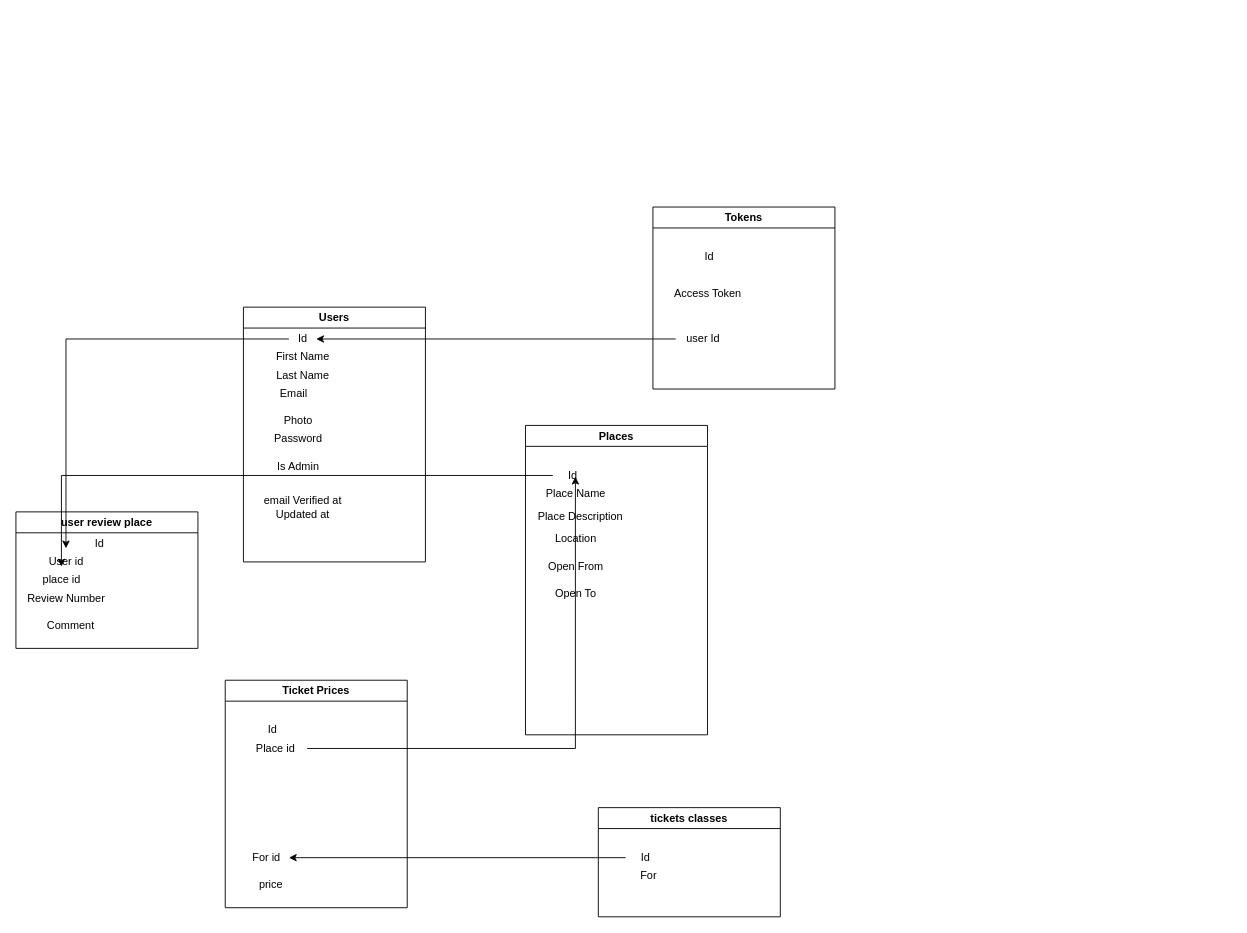
This is Untitled Diagram.drawio from ahmedomardeveloper/arroundegypt, a draw.io file, before an edit. Source tidied: cells renumbered, new cells numbered last; positions are measured from the earlier drawing's top-left corner, leaving out a move shared by most shapes. Both pictures are drawn from the tidied source at 91%, with x=0, y=0 at pixel (15, 207).
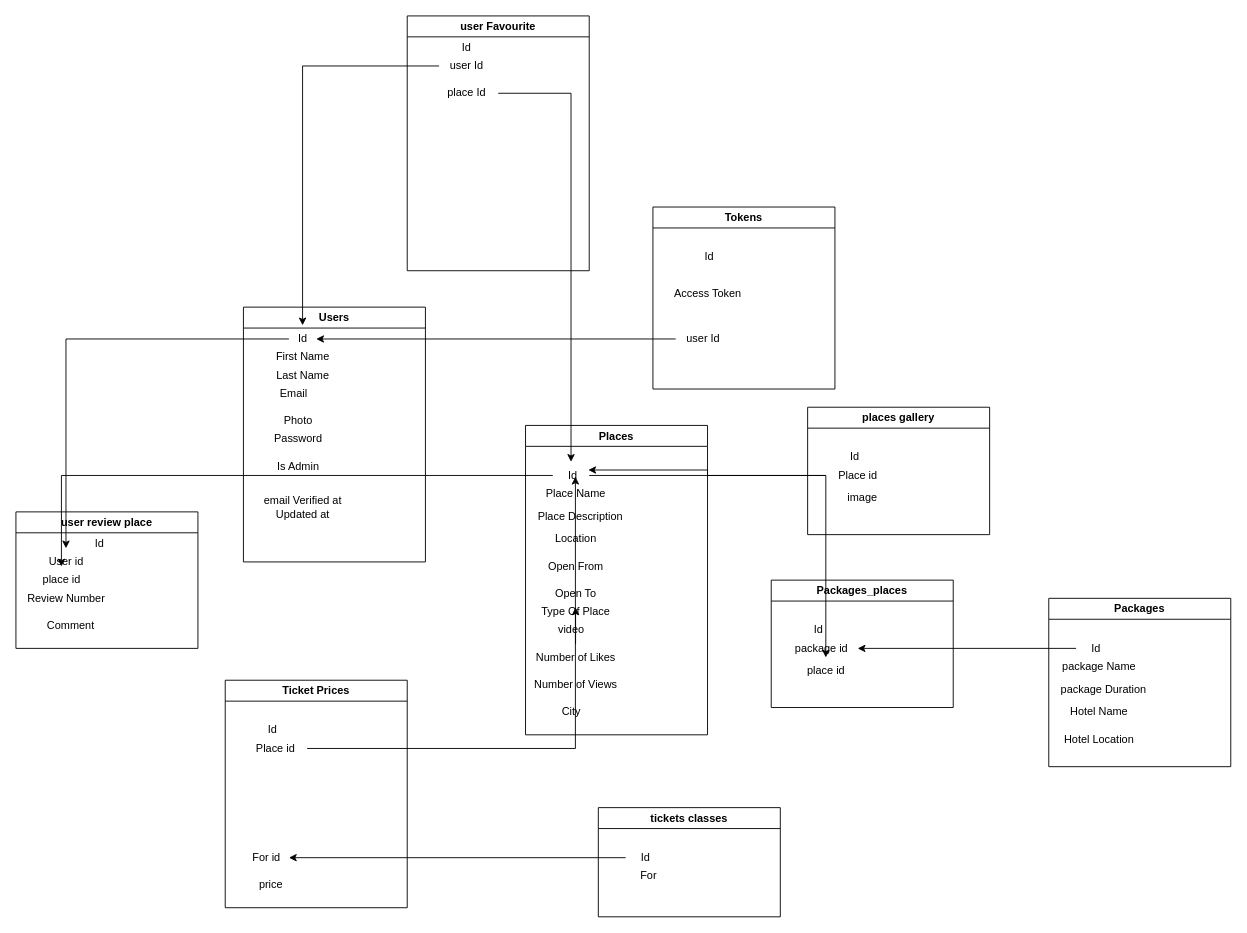
The same page after the edit.

The change refers to these unchanged cells:
```xml
<mxCell id="6" value="Id" style="text;html=1;align=center;verticalAlign=middle;points=[];strokeColor=none;fillColor=none;" parent="2" vertex="1">
  <mxGeometry x="50" y="20" width="30" height="30" as="geometry" />
</mxCell>
<mxCell id="16" value="Places" style="swimlane;whiteSpace=wrap;html=1;" parent="1" vertex="1">
  <mxGeometry x="560" y="240" width="200" height="340" as="geometry" />
</mxCell>
<mxCell id="17" value="&amp;nbsp;Id" style="text;html=1;align=center;verticalAlign=middle;points=[];strokeColor=none;fillColor=none;" parent="16" vertex="1">
  <mxGeometry x="30" y="40" width="40" height="30" as="geometry" />
</mxCell>
<mxCell id="22" value="Open To" style="text;html=1;align=center;verticalAlign=middle;points=[];strokeColor=none;fillColor=none;" parent="16" vertex="1">
  <mxGeometry x="20" y="170" width="70" height="30" as="geometry" />
</mxCell>
```

The edit, as a diff of the source:
```diff
@@
+    <mxCell id="41" value="video" style="text;html=1;align=center;verticalAlign=middle;strokeColor=none;fillColor=none;" parent="16" vertex="1">
+      <mxGeometry x="25" y="210" width="50" height="30" as="geometry" />
+    </mxCell>
+    <mxCell id="42" value="Number of Views" style="text;html=1;align=center;verticalAlign=middle;strokeColor=none;fillColor=none;" parent="16" vertex="1">
+      <mxGeometry y="270" width="110" height="30" as="geometry" />
+    </mxCell>
+    <mxCell id="43" style="edgeStyle=orthogonalEdgeStyle;rounded=0;jettySize=auto;html=1;fontSize=18;" parent="16" edge="1" source="44" target="22">
+      <mxGeometry relative="1" as="geometry" />
+    </mxCell>
+    <mxCell id="44" value="Number of Likes" style="text;html=1;align=center;verticalAlign=middle;points=[];strokeColor=none;fillColor=none;" parent="16" vertex="1">
+      <mxGeometry y="240" width="110" height="30" as="geometry" />
+    </mxCell>
+    <mxCell id="45" value="Type Of Place" style="text;html=1;align=center;verticalAlign=middle;strokeColor=none;fillColor=none;" parent="16" vertex="1">
+      <mxGeometry x="5" y="190" width="100" height="30" as="geometry" />
+    </mxCell>
+    <mxCell id="46" value="City" style="text;html=1;align=center;verticalAlign=middle;strokeColor=none;fillColor=none;" parent="16" vertex="1">
+      <mxGeometry x="30" y="300" width="40" height="30" as="geometry" />
+    </mxCell>
@@
+    <mxCell id="47" value="places gallery" style="swimlane;whiteSpace=wrap;html=1;" parent="1" vertex="1">
+      <mxGeometry x="870" y="220" width="200" height="140" as="geometry" />
+    </mxCell>
+    <mxCell id="48" value="&amp;nbsp;Id" style="text;html=1;align=center;verticalAlign=middle;strokeColor=none;fillColor=none;" parent="47" vertex="1">
+      <mxGeometry x="30" y="40" width="40" height="30" as="geometry" />
+    </mxCell>
+    <mxCell id="49" value="Place id" style="text;html=1;align=center;verticalAlign=middle;points=[];strokeColor=none;fillColor=none;" parent="47" vertex="1">
+      <mxGeometry x="20" y="60" width="70" height="30" as="geometry" />
+    </mxCell>
+    <mxCell id="50" value="image" style="text;html=1;align=center;verticalAlign=middle;strokeColor=none;fillColor=none;" parent="47" vertex="1">
+      <mxGeometry x="30" y="85" width="60" height="30" as="geometry" />
+    </mxCell>
+    <mxCell id="51" style="edgeStyle=orthogonalEdgeStyle;rounded=0;jettySize=auto;html=1;entryX=0.975;entryY=0.3;entryDx=0;entryDy=0;entryPerimeter=0;fontSize=18;" parent="1" edge="1" source="49" target="17">
+      <mxGeometry relative="1" as="geometry" />
+    </mxCell>
+    <mxCell id="52" value="user Favourite" style="swimlane;whiteSpace=wrap;html=1;" parent="1" vertex="1">
+      <mxGeometry x="430" y="-210" width="200" height="280" as="geometry" />
+    </mxCell>
+    <mxCell id="53" value="Id" style="text;html=1;align=center;verticalAlign=middle;strokeColor=none;fillColor=none;" parent="52" vertex="1">
+      <mxGeometry x="50" y="20" width="30" height="30" as="geometry" />
+    </mxCell>
+    <mxCell id="54" value="user Id" style="text;html=1;align=center;verticalAlign=middle;points=[];strokeColor=none;fillColor=none;" parent="52" vertex="1">
+      <mxGeometry x="35" y="40" width="60" height="30" as="geometry" />
+    </mxCell>
+    <mxCell id="55" value="place Id" style="text;html=1;align=center;verticalAlign=middle;points=[];strokeColor=none;fillColor=none;" parent="52" vertex="1">
+      <mxGeometry x="30" y="70" width="70" height="30" as="geometry" />
+    </mxCell>
+    <mxCell id="56" style="edgeStyle=orthogonalEdgeStyle;rounded=0;jettySize=auto;html=1;fontSize=18;" parent="1" edge="1" source="54" target="6">
+      <mxGeometry relative="1" as="geometry" />
+    </mxCell>
+    <mxCell id="57" style="edgeStyle=orthogonalEdgeStyle;rounded=0;jettySize=auto;html=1;entryX=0.5;entryY=0;entryDx=0;entryDy=0;entryPerimeter=0;fontSize=18;" parent="1" edge="1" source="55" target="17">
+      <mxGeometry relative="1" as="geometry" />
+    </mxCell>
+    <mxCell id="58" value="Packages" style="swimlane;whiteSpace=wrap;html=1;" parent="1" vertex="1">
+      <mxGeometry x="1135" y="430" width="200" height="185" as="geometry" />
+    </mxCell>
+    <mxCell id="59" value="&amp;nbsp;Id" style="text;html=1;align=center;verticalAlign=middle;points=[];strokeColor=none;fillColor=none;" parent="58" vertex="1">
+      <mxGeometry x="30" y="40" width="40" height="30" as="geometry" />
+    </mxCell>
+    <mxCell id="60" value="package Name" style="text;html=1;align=center;verticalAlign=middle;strokeColor=none;fillColor=none;" parent="58" vertex="1">
+      <mxGeometry x="5" y="60" width="100" height="30" as="geometry" />
+    </mxCell>
+    <mxCell id="61" value="Hotel Name" style="text;html=1;align=center;verticalAlign=middle;strokeColor=none;fillColor=none;" parent="58" vertex="1">
+      <mxGeometry x="10" y="110" width="90" height="30" as="geometry" />
+    </mxCell>
+    <mxCell id="62" value="package&amp;nbsp;Duration" style="text;html=1;align=center;verticalAlign=middle;strokeColor=none;fillColor=none;" parent="58" vertex="1">
+      <mxGeometry y="85" width="120" height="30" as="geometry" />
+    </mxCell>
+    <mxCell id="63" value="Hotel Location" style="text;html=1;align=center;verticalAlign=middle;strokeColor=none;fillColor=none;" parent="58" vertex="1">
+      <mxGeometry x="5" y="140" width="100" height="30" as="geometry" />
+    </mxCell>
+    <mxCell id="64" value="Packages_places" style="swimlane;whiteSpace=wrap;html=1;" parent="1" vertex="1">
+      <mxGeometry x="830" y="410" width="200" height="140" as="geometry" />
+    </mxCell>
+    <mxCell id="65" value="&amp;nbsp;Id" style="text;html=1;align=center;verticalAlign=middle;strokeColor=none;fillColor=none;" parent="64" vertex="1">
+      <mxGeometry x="30" y="40" width="40" height="30" as="geometry" />
+    </mxCell>
+    <mxCell id="66" value="package id" style="text;html=1;align=center;verticalAlign=middle;points=[];strokeColor=none;fillColor=none;" parent="64" vertex="1">
+      <mxGeometry x="15" y="60" width="80" height="30" as="geometry" />
+    </mxCell>
+    <mxCell id="67" value="place id" style="text;html=1;align=center;verticalAlign=middle;points=[];strokeColor=none;fillColor=none;" parent="64" vertex="1">
+      <mxGeometry x="30" y="85" width="60" height="30" as="geometry" />
+    </mxCell>
+    <mxCell id="68" style="edgeStyle=orthogonalEdgeStyle;rounded=0;jettySize=auto;html=1;fontSize=18;" parent="1" edge="1" source="59" target="66">
+      <mxGeometry relative="1" as="geometry" />
+    </mxCell>
+    <mxCell id="69" style="edgeStyle=orthogonalEdgeStyle;rounded=0;jettySize=auto;html=1;fontSize=18;" parent="1" edge="1" source="17" target="67">
+      <mxGeometry relative="1" as="geometry" />
+    </mxCell>
```
